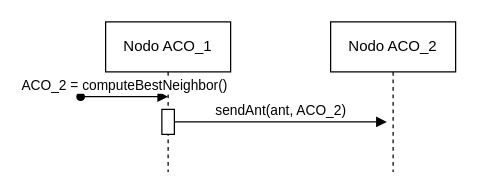
kr0bi/distributed-systems keeps this draw.io diagram as page "ant_send" (1 of 6) of Relazione/diagrams/sequence_diagrams.drawio. Above is the earlier version. Source tidied: cells renumbered, new cells numbered last; positions are measured from the earlier drawing's top-left corner, leaving out a move shared by most shapes. Both pictures are drawn from the tidied source at 125%, with x=0, y=0 at pixel (80, 21).
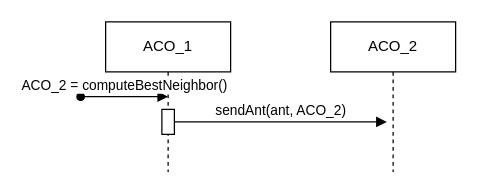
After the change.

Change to the diagram source:
```diff
@@
 <mxGraphModel>
   <root>
     <mxCell id="0" />
     <mxCell id="1" parent="0" />
-    <mxCell id="2" value="Nodo ACO_1" style="shape=umlLifeline;perimeter=lifelinePerimeter;whiteSpace=wrap;html=1;newEdgeStyle={&quot;edgeStyle&quot;:&quot;elbowEdgeStyle&quot;,&quot;elbow&quot;:&quot;vertical&quot;,&quot;curved&quot;:0,&quot;rounded&quot;:0};" parent="1" vertex="1">
+    <mxCell id="2" value="ACO_1" style="shape=umlLifeline;perimeter=lifelinePerimeter;whiteSpace=wrap;html=1;newEdgeStyle={&quot;edgeStyle&quot;:&quot;elbowEdgeStyle&quot;,&quot;elbow&quot;:&quot;vertical&quot;,&quot;curved&quot;:0,&quot;rounded&quot;:0};" parent="1" vertex="1">
       <mxGeometry x="20" width="100" height="120" as="geometry" />
     </mxCell>
     <mxCell id="3" style="html=1;points=[];perimeter=orthogonalPerimeter;outlineConnect=0;targetShapes=umlLifeline;portConstraint=eastwest;newEdgeStyle={&quot;edgeStyle&quot;:&quot;elbowEdgeStyle&quot;,&quot;elbow&quot;:&quot;vertical&quot;,&quot;curved&quot;:0,&quot;rounded&quot;:0};" parent="2" vertex="1">
       <mxGeometry x="45" y="70" width="10" height="20" as="geometry" />
     </mxCell>
-    <mxCell id="4" value="Nodo ACO_2" style="shape=umlLifeline;perimeter=lifelinePerimeter;whiteSpace=wrap;html=1;newEdgeStyle={&quot;edgeStyle&quot;:&quot;elbowEdgeStyle&quot;,&quot;elbow&quot;:&quot;vertical&quot;,&quot;curved&quot;:0,&quot;rounded&quot;:0};" parent="1" vertex="1">
+    <mxCell id="4" value="ACO_2" style="shape=umlLifeline;perimeter=lifelinePerimeter;whiteSpace=wrap;html=1;newEdgeStyle={&quot;edgeStyle&quot;:&quot;elbowEdgeStyle&quot;,&quot;elbow&quot;:&quot;vertical&quot;,&quot;curved&quot;:0,&quot;rounded&quot;:0};" parent="1" vertex="1">
       <mxGeometry x="200" width="100" height="120" as="geometry" />
     </mxCell>
     <mxCell id="5" value="sendAnt(ant, ACO_2)" style="html=1;verticalAlign=bottom;endArrow=block;edgeStyle=elbowEdgeStyle;elbow=vertical;curved=0;rounded=0;" parent="1" edge="1" source="3">
       <mxGeometry relative="1" as="geometry">
         <mxPoint x="245" y="80" as="targetPoint" />
         <Array as="points">
           <mxPoint x="160" y="80" />
         </Array>
       </mxGeometry>
     </mxCell>
     <mxCell id="6" value="ACO_2 = computeBestNeighbor()" style="html=1;verticalAlign=bottom;endArrow=block;edgeStyle=elbowEdgeStyle;elbow=vertical;curved=0;rounded=0;startArrow=oval;startFill=1;" parent="1" edge="1">
       <mxGeometry relative="1" as="geometry">
         <mxPoint y="59.8" as="sourcePoint" />
         <mxPoint x="70" y="60" as="targetPoint" />
         <Array as="points">
           <mxPoint x="85" y="59.8" />
         </Array>
       </mxGeometry>
     </mxCell>
   </root>
 </mxGraphModel>
```
